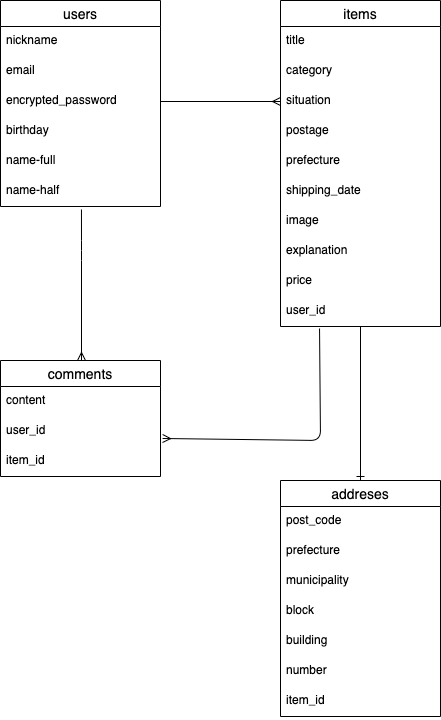
Above: furima.drawio.png in syotamiho/furima-36975 (draw.io), before the change. Source tidied: cells renumbered, new cells last; positions are measured from the earlier drawing's top-left corner, leaving out a move shared by most shapes. Its diagram source:
```xml
<mxGraphModel>
  <root>
    <mxCell id="0" />
    <mxCell id="1" parent="0" />
    <mxCell id="2" value="users" style="swimlane;fontStyle=0;horizontal=1;startSize=26;align=center;fontSize=14;" parent="1" vertex="1">
      <mxGeometry width="160" height="206" as="geometry" />
    </mxCell>
    <mxCell id="3" value="nickname" style="text;strokeColor=none;fillColor=none;spacingLeft=4;spacingRight=4;overflow=hidden;fontSize=12;" parent="2" vertex="1">
      <mxGeometry y="26" width="160" height="30" as="geometry" />
    </mxCell>
    <mxCell id="4" value="email" style="text;strokeColor=none;fillColor=none;spacingLeft=4;spacingRight=4;overflow=hidden;fontSize=12;" parent="2" vertex="1">
      <mxGeometry y="56" width="160" height="30" as="geometry" />
    </mxCell>
    <mxCell id="5" value="encrypted_password" style="text;strokeColor=none;fillColor=none;spacingLeft=4;spacingRight=4;overflow=hidden;points=[[0,0.5],[1,0.5]];portConstraint=eastwest;fontSize=12;" parent="2" vertex="1">
      <mxGeometry y="86" width="160" height="30" as="geometry" />
    </mxCell>
    <mxCell id="6" value="birthday" style="text;strokeColor=none;fillColor=none;spacingLeft=4;spacingRight=4;overflow=hidden;fontSize=12;" parent="2" vertex="1">
      <mxGeometry y="116" width="160" height="30" as="geometry" />
    </mxCell>
    <mxCell id="7" value="name-full" style="text;strokeColor=none;fillColor=none;spacingLeft=4;spacingRight=4;overflow=hidden;fontSize=12;" parent="2" vertex="1">
      <mxGeometry y="146" width="160" height="30" as="geometry" />
    </mxCell>
    <mxCell id="8" value="name-half" style="text;strokeColor=none;fillColor=none;spacingLeft=4;spacingRight=4;overflow=hidden;points=[[0,0.5],[1,0.5]];portConstraint=eastwest;fontSize=12;" parent="2" vertex="1">
      <mxGeometry y="176" width="160" height="30" as="geometry" />
    </mxCell>
    <mxCell id="9" style="text;strokeColor=none;fillColor=none;spacingLeft=4;spacingRight=4;overflow=hidden;fontSize=12;" parent="1" vertex="1">
      <mxGeometry y="206" width="160" height="30" as="geometry" />
    </mxCell>
    <mxCell id="10" style="edgeStyle=none;rounded=1;html=1;endArrow=ERmany;endFill=0;entryX=1.013;entryY=0.733;entryDx=0;entryDy=0;exitX=0.244;exitY=1.067;exitDx=0;exitDy=0;exitPerimeter=0;entryPerimeter=0;" parent="1" edge="1" source="22" target="26">
      <mxGeometry relative="1" as="geometry">
        <Array as="points">
          <mxPoint x="320" y="440" />
        </Array>
      </mxGeometry>
    </mxCell>
    <mxCell id="11" style="edgeStyle=none;rounded=1;html=1;entryX=0.5;entryY=0;entryDx=0;entryDy=0;endArrow=ERone;endFill=0;" parent="1" edge="1" source="12" target="29">
      <mxGeometry relative="1" as="geometry" />
    </mxCell>
    <mxCell id="12" value="items" style="swimlane;fontStyle=0;horizontal=1;startSize=26;align=center;fontSize=14;" parent="1" vertex="1">
      <mxGeometry x="280" width="160" height="326" as="geometry" />
    </mxCell>
    <mxCell id="13" value="title" style="text;strokeColor=none;fillColor=none;spacingLeft=4;spacingRight=4;overflow=hidden;fontSize=12;" parent="12" vertex="1">
      <mxGeometry y="26" width="160" height="30" as="geometry" />
    </mxCell>
    <mxCell id="14" value="category" style="text;strokeColor=none;fillColor=none;spacingLeft=4;spacingRight=4;overflow=hidden;fontSize=12;" parent="12" vertex="1">
      <mxGeometry y="56" width="160" height="30" as="geometry" />
    </mxCell>
    <mxCell id="15" value="situation" style="text;strokeColor=none;fillColor=none;spacingLeft=4;spacingRight=4;overflow=hidden;points=[[0,0.5],[1,0.5]];portConstraint=eastwest;fontSize=12;" parent="12" vertex="1">
      <mxGeometry y="86" width="160" height="30" as="geometry" />
    </mxCell>
    <mxCell id="16" value="postage" style="text;strokeColor=none;fillColor=none;spacingLeft=4;spacingRight=4;overflow=hidden;fontSize=12;" parent="12" vertex="1">
      <mxGeometry y="116" width="160" height="30" as="geometry" />
    </mxCell>
    <mxCell id="17" value="prefecture" style="text;strokeColor=none;fillColor=none;spacingLeft=4;spacingRight=4;overflow=hidden;fontSize=12;" parent="12" vertex="1">
      <mxGeometry y="146" width="160" height="30" as="geometry" />
    </mxCell>
    <mxCell id="18" value="shipping_date" style="text;strokeColor=none;fillColor=none;spacingLeft=4;spacingRight=4;overflow=hidden;fontSize=12;" parent="12" vertex="1">
      <mxGeometry y="176" width="160" height="30" as="geometry" />
    </mxCell>
    <mxCell id="19" value="image" style="text;strokeColor=none;fillColor=none;spacingLeft=4;spacingRight=4;overflow=hidden;fontSize=12;" parent="12" vertex="1">
      <mxGeometry y="206" width="160" height="30" as="geometry" />
    </mxCell>
    <mxCell id="20" value="explanation" style="text;strokeColor=none;fillColor=none;spacingLeft=4;spacingRight=4;overflow=hidden;fontSize=12;" parent="12" vertex="1">
      <mxGeometry y="236" width="160" height="30" as="geometry" />
    </mxCell>
    <mxCell id="21" value="price" style="text;strokeColor=none;fillColor=none;spacingLeft=4;spacingRight=4;overflow=hidden;fontSize=12;" parent="12" vertex="1">
      <mxGeometry y="266" width="160" height="30" as="geometry" />
    </mxCell>
    <mxCell id="22" value="user_id" style="text;strokeColor=none;fillColor=none;spacingLeft=4;spacingRight=4;overflow=hidden;points=[[0,0.5],[1,0.5]];portConstraint=eastwest;fontSize=12;" parent="12" vertex="1">
      <mxGeometry y="296" width="160" height="30" as="geometry" />
    </mxCell>
    <mxCell id="23" style="edgeStyle=none;html=1;entryX=0;entryY=0.5;entryDx=0;entryDy=0;rounded=1;endArrow=ERmany;endFill=0;" parent="1" edge="1" source="5" target="15">
      <mxGeometry relative="1" as="geometry" />
    </mxCell>
    <mxCell id="24" value="comments" style="swimlane;fontStyle=0;horizontal=1;startSize=26;align=center;fontSize=14;" parent="1" vertex="1">
      <mxGeometry y="360" width="160" height="116" as="geometry" />
    </mxCell>
    <mxCell id="25" value="content" style="text;strokeColor=none;fillColor=none;spacingLeft=4;spacingRight=4;overflow=hidden;fontSize=12;" parent="24" vertex="1">
      <mxGeometry y="26" width="160" height="30" as="geometry" />
    </mxCell>
    <mxCell id="26" value="user_id" style="text;strokeColor=none;fillColor=none;spacingLeft=4;spacingRight=4;overflow=hidden;points=[[0,0.5],[1,0.5]];portConstraint=eastwest;fontSize=12;" parent="24" vertex="1">
      <mxGeometry y="56" width="160" height="30" as="geometry" />
    </mxCell>
    <mxCell id="27" value="item_id" style="text;strokeColor=none;fillColor=none;spacingLeft=4;spacingRight=4;overflow=hidden;fontSize=12;" parent="24" vertex="1">
      <mxGeometry y="86" width="160" height="30" as="geometry" />
    </mxCell>
    <mxCell id="28" style="endArrow=ERmany;html=1;rounded=1;exitX=0.506;exitY=1.1;exitDx=0;exitDy=0;exitPerimeter=0;endFill=0;" parent="1" edge="1" source="8">
      <mxGeometry relative="1" as="geometry">
        <mxPoint x="81" y="360" as="targetPoint" />
        <Array as="points">
          <mxPoint x="81" y="250" />
        </Array>
      </mxGeometry>
    </mxCell>
    <mxCell id="29" value="addreses" style="swimlane;fontStyle=0;horizontal=1;startSize=26;align=center;fontSize=14;" parent="1" vertex="1">
      <mxGeometry x="280" y="480" width="160" height="236" as="geometry" />
    </mxCell>
    <mxCell id="30" value="post_code" style="text;strokeColor=none;fillColor=none;spacingLeft=4;spacingRight=4;overflow=hidden;fontSize=12;" parent="29" vertex="1">
      <mxGeometry y="26" width="160" height="30" as="geometry" />
    </mxCell>
    <mxCell id="31" value="prefecture" style="text;strokeColor=none;fillColor=none;spacingLeft=4;spacingRight=4;overflow=hidden;points=[[0,0.5],[1,0.5]];portConstraint=eastwest;fontSize=12;" parent="29" vertex="1">
      <mxGeometry y="56" width="160" height="30" as="geometry" />
    </mxCell>
    <mxCell id="32" value="municipality" style="text;strokeColor=none;fillColor=none;spacingLeft=4;spacingRight=4;overflow=hidden;fontSize=12;" parent="29" vertex="1">
      <mxGeometry y="86" width="160" height="30" as="geometry" />
    </mxCell>
    <mxCell id="33" value="block" style="text;strokeColor=none;fillColor=none;spacingLeft=4;spacingRight=4;overflow=hidden;fontSize=12;" parent="29" vertex="1">
      <mxGeometry y="116" width="160" height="30" as="geometry" />
    </mxCell>
    <mxCell id="34" value="building" style="text;strokeColor=none;fillColor=none;spacingLeft=4;spacingRight=4;overflow=hidden;fontSize=12;" parent="29" vertex="1">
      <mxGeometry y="146" width="160" height="30" as="geometry" />
    </mxCell>
    <mxCell id="35" value="number" style="text;strokeColor=none;fillColor=none;spacingLeft=4;spacingRight=4;overflow=hidden;fontSize=12;" parent="29" vertex="1">
      <mxGeometry y="176" width="160" height="30" as="geometry" />
    </mxCell>
    <mxCell id="36" value="item_id" style="text;strokeColor=none;fillColor=none;spacingLeft=4;spacingRight=4;overflow=hidden;fontSize=12;" parent="29" vertex="1">
      <mxGeometry y="206" width="160" height="30" as="geometry" />
    </mxCell>
  </root>
</mxGraphModel>
```
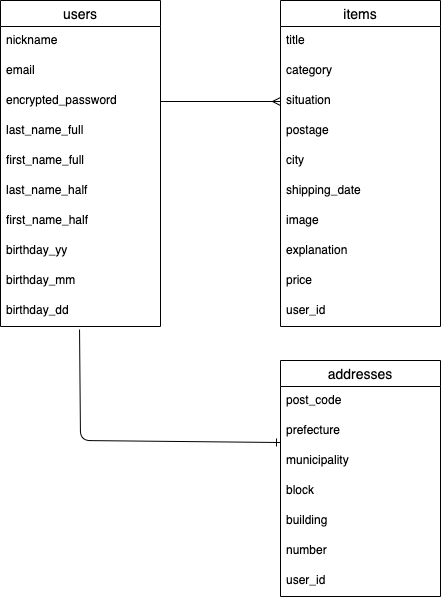
The same diagram one commit later.

Commit message:
データベース設計

Diff of the diagram source:
```diff
@@ -3,7 +3,7 @@
     <mxCell id="0" />
     <mxCell id="1" parent="0" />
     <mxCell id="2" value="users" style="swimlane;fontStyle=0;horizontal=1;startSize=26;align=center;fontSize=14;" parent="1" vertex="1">
-      <mxGeometry width="160" height="206" as="geometry" />
+      <mxGeometry width="160" height="326" as="geometry" />
     </mxCell>
     <mxCell id="3" value="nickname" style="text;strokeColor=none;fillColor=none;spacingLeft=4;spacingRight=4;overflow=hidden;fontSize=12;" parent="2" vertex="1">
       <mxGeometry y="26" width="160" height="30" as="geometry" />
@@ -14,28 +14,30 @@
     <mxCell id="5" value="encrypted_password" style="text;strokeColor=none;fillColor=none;spacingLeft=4;spacingRight=4;overflow=hidden;points=[[0,0.5],[1,0.5]];portConstraint=eastwest;fontSize=12;" parent="2" vertex="1">
       <mxGeometry y="86" width="160" height="30" as="geometry" />
     </mxCell>
-    <mxCell id="6" value="birthday" style="text;strokeColor=none;fillColor=none;spacingLeft=4;spacingRight=4;overflow=hidden;fontSize=12;" parent="2" vertex="1">
+    <mxCell id="6" value="last_name_full" style="text;strokeColor=none;fillColor=none;spacingLeft=4;spacingRight=4;overflow=hidden;fontSize=12;" parent="2" vertex="1">
       <mxGeometry y="116" width="160" height="30" as="geometry" />
     </mxCell>
-    <mxCell id="7" value="name-full" style="text;strokeColor=none;fillColor=none;spacingLeft=4;spacingRight=4;overflow=hidden;fontSize=12;" parent="2" vertex="1">
+    <mxCell id="7" value="first_name_full" style="text;strokeColor=none;fillColor=none;spacingLeft=4;spacingRight=4;overflow=hidden;fontSize=12;" parent="2" vertex="1">
       <mxGeometry y="146" width="160" height="30" as="geometry" />
     </mxCell>
-    <mxCell id="8" value="name-half" style="text;strokeColor=none;fillColor=none;spacingLeft=4;spacingRight=4;overflow=hidden;points=[[0,0.5],[1,0.5]];portConstraint=eastwest;fontSize=12;" parent="2" vertex="1">
+    <mxCell id="8" value="last_name_half" style="text;strokeColor=none;fillColor=none;spacingLeft=4;spacingRight=4;overflow=hidden;points=[[0,0.5],[1,0.5]];portConstraint=eastwest;fontSize=12;" parent="2" vertex="1">
       <mxGeometry y="176" width="160" height="30" as="geometry" />
     </mxCell>
+    <mxCell id="37" style="text;strokeColor=none;fillColor=none;spacingLeft=4;spacingRight=4;overflow=hidden;fontSize=12;" parent="2" vertex="1">
+      <mxGeometry y="206" width="160" height="30" as="geometry" />
+    </mxCell>
+    <mxCell id="38" value="birthday_yy" style="text;strokeColor=none;fillColor=none;spacingLeft=4;spacingRight=4;overflow=hidden;fontSize=12;" parent="2" vertex="1">
+      <mxGeometry y="236" width="160" height="30" as="geometry" />
+    </mxCell>
+    <mxCell id="39" value="birthday_mm" style="text;strokeColor=none;fillColor=none;spacingLeft=4;spacingRight=4;overflow=hidden;fontSize=12;" parent="2" vertex="1">
+      <mxGeometry y="266" width="160" height="30" as="geometry" />
+    </mxCell>
+    <mxCell id="40" value="birthday_dd" style="text;strokeColor=none;fillColor=none;spacingLeft=4;spacingRight=4;overflow=hidden;points=[[0,0.5],[1,0.5]];portConstraint=eastwest;fontSize=12;" parent="2" vertex="1">
+      <mxGeometry y="296" width="160" height="30" as="geometry" />
+    </mxCell>
-    <mxCell id="9" style="text;strokeColor=none;fillColor=none;spacingLeft=4;spacingRight=4;overflow=hidden;fontSize=12;" parent="1" vertex="1">
+    <mxCell id="9" value="first_name_half" style="text;strokeColor=none;fillColor=none;spacingLeft=4;spacingRight=4;overflow=hidden;fontSize=12;" parent="1" vertex="1">
       <mxGeometry y="206" width="160" height="30" as="geometry" />
     </mxCell>
-    <mxCell id="10" style="edgeStyle=none;rounded=1;html=1;endArrow=ERmany;endFill=0;entryX=1.013;entryY=0.733;entryDx=0;entryDy=0;exitX=0.244;exitY=1.067;exitDx=0;exitDy=0;exitPerimeter=0;entryPerimeter=0;" parent="1" edge="1" source="22" target="26">
-      <mxGeometry relative="1" as="geometry">
-        <Array as="points">
-          <mxPoint x="320" y="440" />
-        </Array>
-      </mxGeometry>
-    </mxCell>
-    <mxCell id="11" style="edgeStyle=none;rounded=1;html=1;entryX=0.5;entryY=0;entryDx=0;entryDy=0;endArrow=ERone;endFill=0;" parent="1" edge="1" source="12" target="29">
-      <mxGeometry relative="1" as="geometry" />
-    </mxCell>
     <mxCell id="12" value="items" style="swimlane;fontStyle=0;horizontal=1;startSize=26;align=center;fontSize=14;" parent="1" vertex="1">
       <mxGeometry x="280" width="160" height="326" as="geometry" />
     </mxCell>
@@ -51,7 +53,7 @@
     <mxCell id="16" value="postage" style="text;strokeColor=none;fillColor=none;spacingLeft=4;spacingRight=4;overflow=hidden;fontSize=12;" parent="12" vertex="1">
       <mxGeometry y="116" width="160" height="30" as="geometry" />
     </mxCell>
-    <mxCell id="17" value="prefecture" style="text;strokeColor=none;fillColor=none;spacingLeft=4;spacingRight=4;overflow=hidden;fontSize=12;" parent="12" vertex="1">
+    <mxCell id="17" value="city" style="text;strokeColor=none;fillColor=none;spacingLeft=4;spacingRight=4;overflow=hidden;fontSize=12;" parent="12" vertex="1">
       <mxGeometry y="146" width="160" height="30" as="geometry" />
     </mxCell>
     <mxCell id="18" value="shipping_date" style="text;strokeColor=none;fillColor=none;spacingLeft=4;spacingRight=4;overflow=hidden;fontSize=12;" parent="12" vertex="1">
@@ -72,28 +74,8 @@
     <mxCell id="23" style="edgeStyle=none;html=1;entryX=0;entryY=0.5;entryDx=0;entryDy=0;rounded=1;endArrow=ERmany;endFill=0;" parent="1" edge="1" source="5" target="15">
       <mxGeometry relative="1" as="geometry" />
     </mxCell>
-    <mxCell id="24" value="comments" style="swimlane;fontStyle=0;horizontal=1;startSize=26;align=center;fontSize=14;" parent="1" vertex="1">
-      <mxGeometry y="360" width="160" height="116" as="geometry" />
-    </mxCell>
-    <mxCell id="25" value="content" style="text;strokeColor=none;fillColor=none;spacingLeft=4;spacingRight=4;overflow=hidden;fontSize=12;" parent="24" vertex="1">
-      <mxGeometry y="26" width="160" height="30" as="geometry" />
-    </mxCell>
-    <mxCell id="26" value="user_id" style="text;strokeColor=none;fillColor=none;spacingLeft=4;spacingRight=4;overflow=hidden;points=[[0,0.5],[1,0.5]];portConstraint=eastwest;fontSize=12;" parent="24" vertex="1">
-      <mxGeometry y="56" width="160" height="30" as="geometry" />
-    </mxCell>
-    <mxCell id="27" value="item_id" style="text;strokeColor=none;fillColor=none;spacingLeft=4;spacingRight=4;overflow=hidden;fontSize=12;" parent="24" vertex="1">
-      <mxGeometry y="86" width="160" height="30" as="geometry" />
-    </mxCell>
-    <mxCell id="28" style="endArrow=ERmany;html=1;rounded=1;exitX=0.506;exitY=1.1;exitDx=0;exitDy=0;exitPerimeter=0;endFill=0;" parent="1" edge="1" source="8">
-      <mxGeometry relative="1" as="geometry">
-        <mxPoint x="81" y="360" as="targetPoint" />
-        <Array as="points">
-          <mxPoint x="81" y="250" />
-        </Array>
-      </mxGeometry>
-    </mxCell>
-    <mxCell id="29" value="addreses" style="swimlane;fontStyle=0;horizontal=1;startSize=26;align=center;fontSize=14;" parent="1" vertex="1">
-      <mxGeometry x="280" y="480" width="160" height="236" as="geometry" />
+    <mxCell id="29" value="addresses" style="swimlane;fontStyle=0;horizontal=1;startSize=26;align=center;fontSize=14;" parent="1" vertex="1">
+      <mxGeometry x="280" y="360" width="160" height="236" as="geometry" />
     </mxCell>
     <mxCell id="30" value="post_code" style="text;strokeColor=none;fillColor=none;spacingLeft=4;spacingRight=4;overflow=hidden;fontSize=12;" parent="29" vertex="1">
       <mxGeometry y="26" width="160" height="30" as="geometry" />
@@ -113,8 +95,15 @@
     <mxCell id="35" value="number" style="text;strokeColor=none;fillColor=none;spacingLeft=4;spacingRight=4;overflow=hidden;fontSize=12;" parent="29" vertex="1">
       <mxGeometry y="176" width="160" height="30" as="geometry" />
     </mxCell>
-    <mxCell id="36" value="item_id" style="text;strokeColor=none;fillColor=none;spacingLeft=4;spacingRight=4;overflow=hidden;fontSize=12;" parent="29" vertex="1">
-      <mxGeometry y="206" width="160" height="30" as="geometry" />
-    </mxCell>
+    <mxCell id="26" value="user_id" style="text;strokeColor=none;fillColor=none;spacingLeft=4;spacingRight=4;overflow=hidden;points=[[0,0.5],[1,0.5]];portConstraint=eastwest;fontSize=12;" parent="29" vertex="1">
+      <mxGeometry y="206" width="160" height="30" as="geometry" />
+    </mxCell>
+    <mxCell id="41" style="edgeStyle=none;html=1;endArrow=ERone;endFill=0;entryX=0;entryY=0.867;entryDx=0;entryDy=0;entryPerimeter=0;exitX=0.494;exitY=1.1;exitDx=0;exitDy=0;exitPerimeter=0;" parent="1" edge="1" source="40" target="31">
+      <mxGeometry relative="1" as="geometry">
+        <Array as="points">
+          <mxPoint x="80" y="440" />
+        </Array>
+      </mxGeometry>
+    </mxCell>
   </root>
 </mxGraphModel>
```
